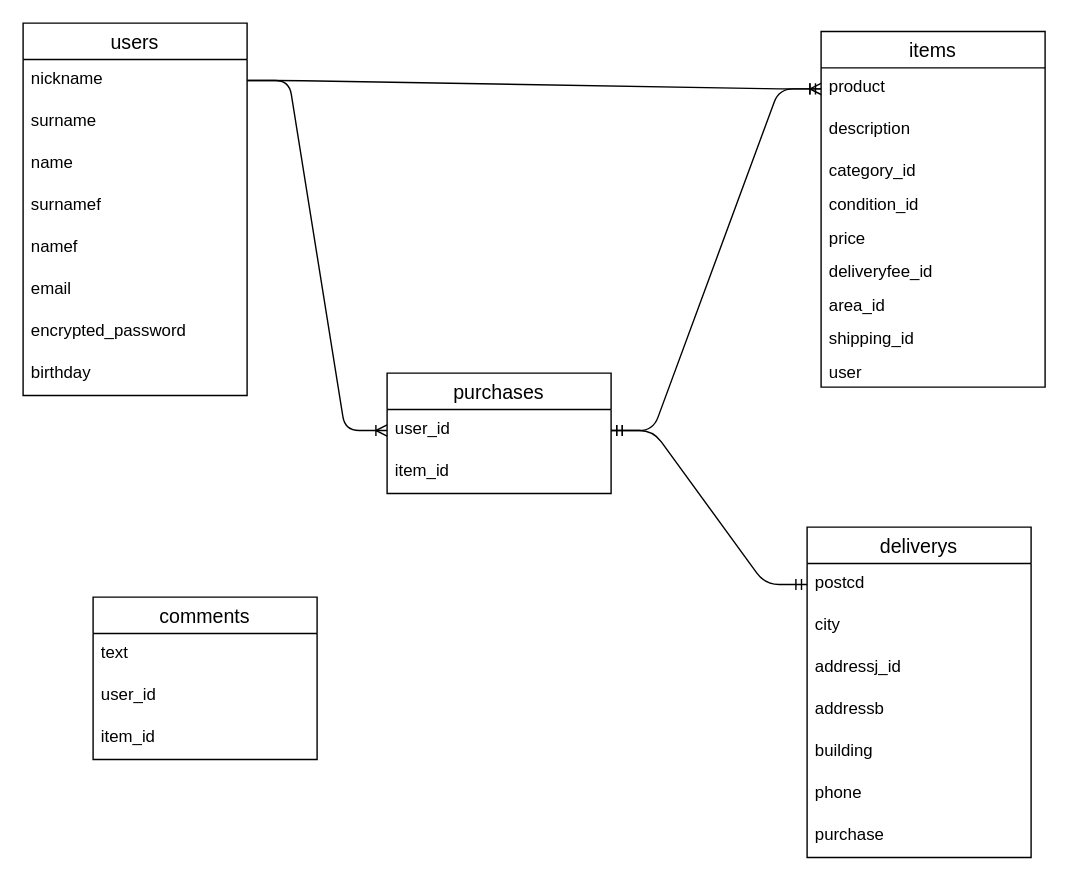
mahha334/furima-31178 keeps this draw.io diagram as app/views/ER.dio. Above is the earlier version. Source tidied: cells renumbered, new cells numbered last; positions are measured from the earlier drawing's top-left corner, leaving out a move shared by most shapes. Both pictures are drawn from the tidied source at 140%, with x=0, y=0 at pixel (22, 22).
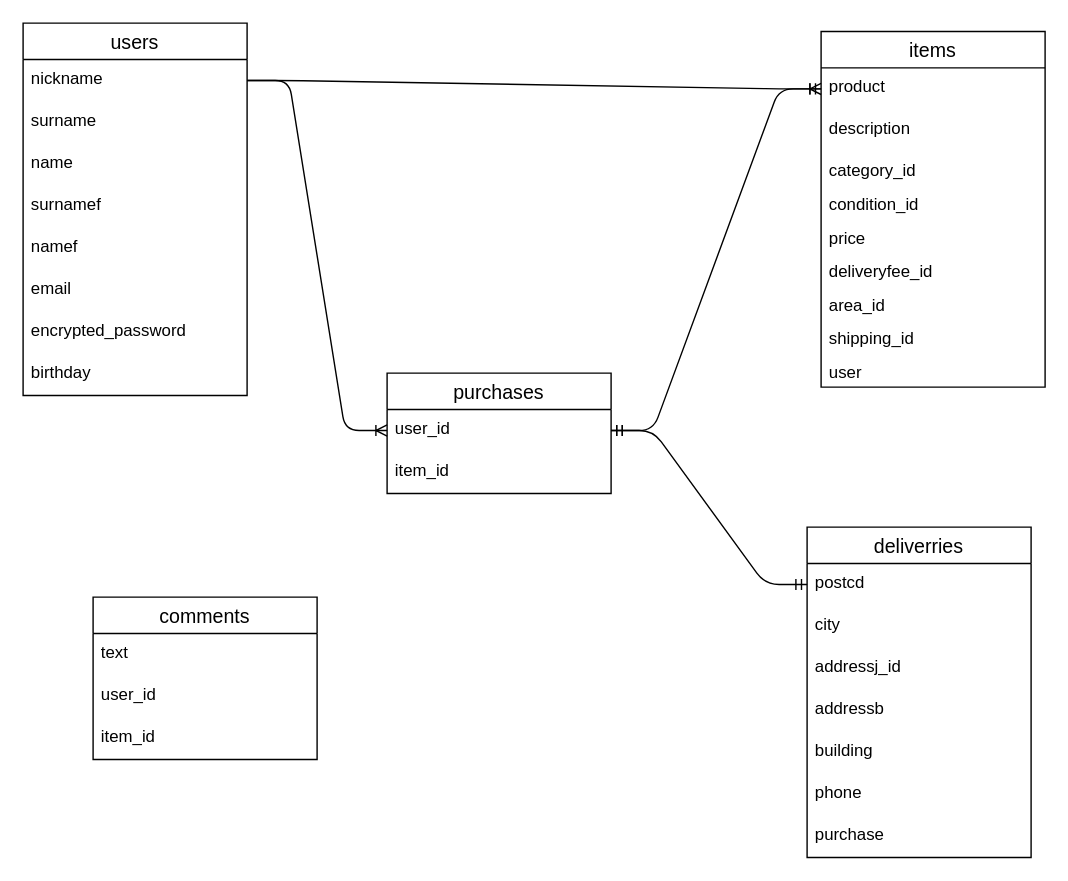
After the change.

Diff of the diagram source:
```diff
@@
-    <mxCell id="28" value="deliverys" style="swimlane;fontStyle=0;horizontal=1;startSize=26;align=center;fontSize=14;rounded=0;sketch=0;" parent="1" vertex="1">
+    <mxCell id="28" value="deliverries" style="swimlane;fontStyle=0;horizontal=1;startSize=26;align=center;fontSize=14;rounded=0;sketch=0;" parent="1" vertex="1">
       <mxGeometry x="560" y="360" width="160" height="236" as="geometry" />
     </mxCell>
```
